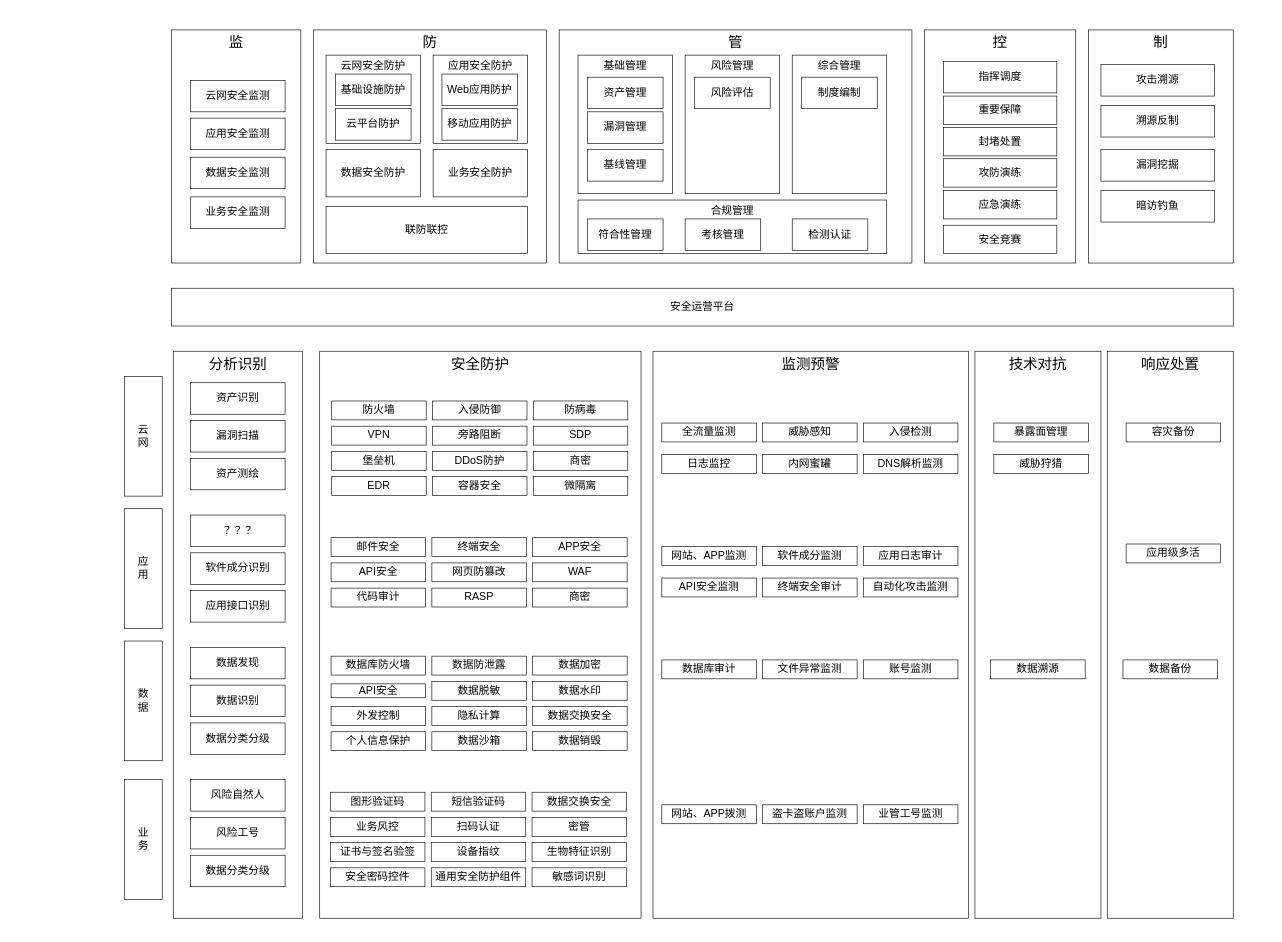
Earlier version of the draw.io diagram 2024安全技术能力全景图.drawio (razor/1102_decoration). Source tidied: cells renumbered, new cells numbered last; positions are measured from the earlier drawing's top-left corner, leaving out a move shared by most shapes. Both pictures are drawn from the tidied source at 63%, with x=0, y=0 at pixel (124, 30).
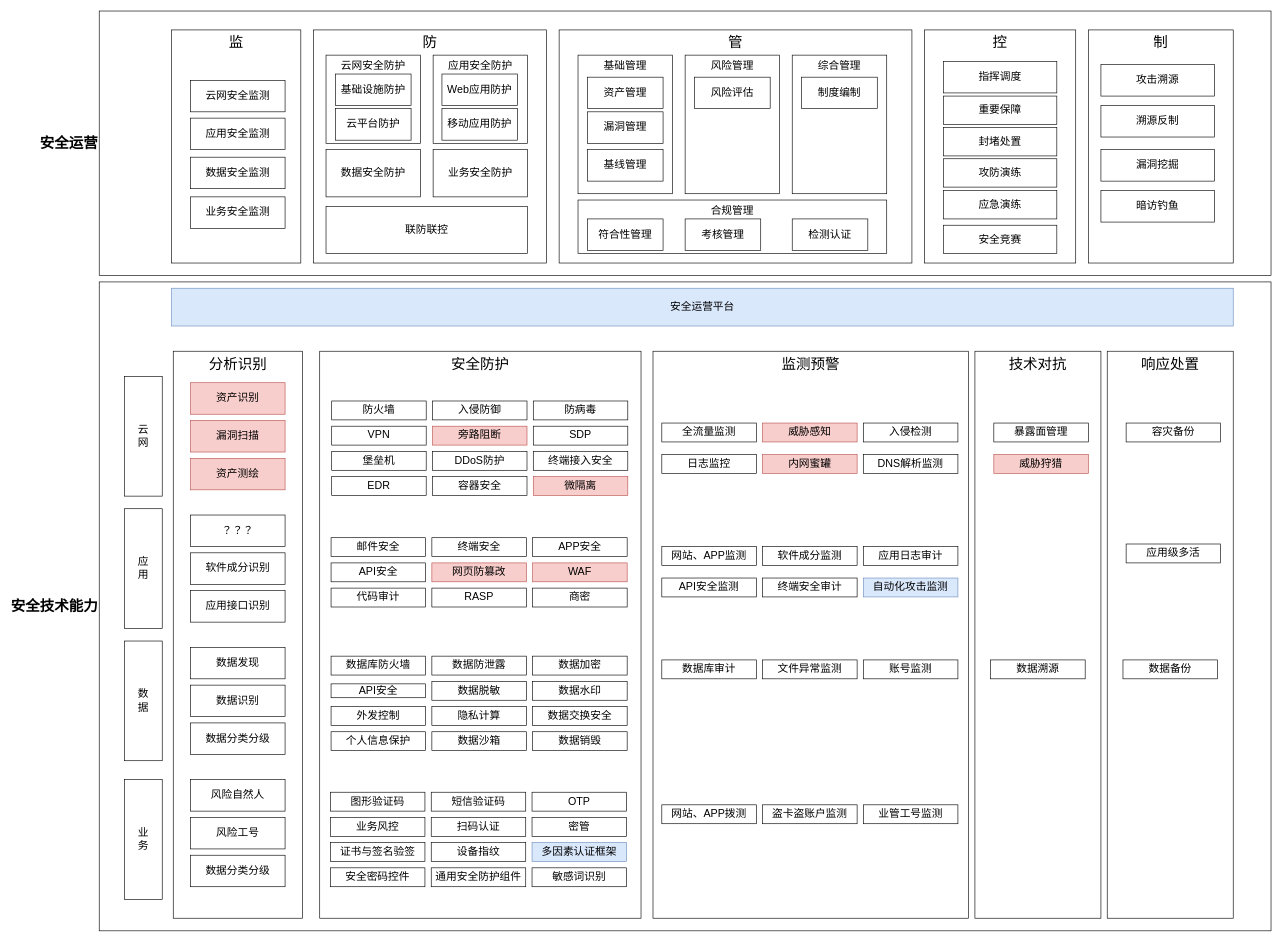
After the change.

Commit message (it also covers changes not shown here):
更新2024安全技术能力全景图.drawio

Change to the diagram source:
```diff
@@
+    <mxCell id="133" value="&lt;span style=&quot;font-size: 23px;&quot;&gt;安全技术能力&lt;/span&gt;" style="rounded=0;whiteSpace=wrap;html=1;verticalAlign=middle;fontSize=23;fontStyle=1;labelPosition=left;verticalLabelPosition=middle;align=right;" parent="1" vertex="1">
+      <mxGeometry x="-40" y="400" width="1860" height="1030" as="geometry" />
+    </mxCell>
+    <mxCell id="134" value="&lt;span style=&quot;font-size: 23px;&quot;&gt;安全运营&lt;/span&gt;" style="rounded=0;whiteSpace=wrap;html=1;verticalAlign=middle;fontSize=23;fontStyle=1;labelPosition=left;verticalLabelPosition=middle;align=right;" parent="1" vertex="1">
+      <mxGeometry x="-40" y="-30" width="1860" height="420" as="geometry" />
+    </mxCell>
@@
-    <mxCell id="30" value="安全运营平台" style="rounded=0;whiteSpace=wrap;html=1;fontSize=17;" parent="1" vertex="1">
+    <mxCell id="30" value="安全运营平台" style="rounded=0;whiteSpace=wrap;html=1;fontSize=17;fillColor=#dae8fc;strokeColor=#6c8ebf;" parent="1" vertex="1">
       <mxGeometry x="75" y="410" width="1685" height="60" as="geometry" />
     </mxCell>
@@
-    <mxCell id="32" value="&lt;font style=&quot;font-size: 17px;&quot;&gt;资产识别&lt;/font&gt;" style="rounded=0;whiteSpace=wrap;html=1;fontStyle=0;" parent="1" vertex="1">
+    <mxCell id="32" value="&lt;font style=&quot;font-size: 17px;&quot;&gt;资产识别&lt;/font&gt;" style="rounded=0;whiteSpace=wrap;html=1;fontStyle=0;fillColor=#f8cecc;strokeColor=#b85450;" parent="1" vertex="1">
       <mxGeometry x="105" y="560" width="150" height="50" as="geometry" />
     </mxCell>
-    <mxCell id="33" value="&lt;font style=&quot;font-size: 17px;&quot;&gt;漏洞扫描&lt;/font&gt;" style="rounded=0;whiteSpace=wrap;html=1;fontStyle=0;" parent="1" vertex="1">
+    <mxCell id="33" value="&lt;font style=&quot;font-size: 17px;&quot;&gt;漏洞扫描&lt;/font&gt;" style="rounded=0;whiteSpace=wrap;html=1;fontStyle=0;fillColor=#f8cecc;strokeColor=#b85450;" parent="1" vertex="1">
       <mxGeometry x="105" y="620" width="150" height="50" as="geometry" />
     </mxCell>
-    <mxCell id="34" value="&lt;font style=&quot;font-size: 17px;&quot;&gt;资产测绘&lt;/font&gt;" style="rounded=0;whiteSpace=wrap;html=1;fontStyle=0;" parent="1" vertex="1">
+    <mxCell id="34" value="&lt;font style=&quot;font-size: 17px;&quot;&gt;资产测绘&lt;/font&gt;" style="rounded=0;whiteSpace=wrap;html=1;fontStyle=0;fillColor=#f8cecc;strokeColor=#b85450;" parent="1" vertex="1">
       <mxGeometry x="105" y="680" width="150" height="50" as="geometry" />
     </mxCell>
@@
-    <mxCell id="53" value="&lt;font style=&quot;font-size: 17px;&quot;&gt;旁路阻断&lt;/font&gt;" style="rounded=0;whiteSpace=wrap;html=1;fontStyle=0;" parent="1" vertex="1">
+    <mxCell id="53" value="&lt;font style=&quot;font-size: 17px;&quot;&gt;旁路阻断&lt;/font&gt;" style="rounded=0;whiteSpace=wrap;html=1;fontStyle=0;fillColor=#f8cecc;strokeColor=#b85450;" parent="1" vertex="1">
       <mxGeometry x="489" y="629" width="150" height="30" as="geometry" />
     </mxCell>
@@
-    <mxCell id="57" value="&lt;span style=&quot;font-size: 17px;&quot;&gt;商密&lt;/span&gt;" style="rounded=0;whiteSpace=wrap;html=1;fontStyle=0;" parent="1" vertex="1">
+    <mxCell id="57" value="&lt;span style=&quot;font-size: 17px;&quot;&gt;终端接入安全&lt;/span&gt;" style="rounded=0;whiteSpace=wrap;html=1;fontStyle=0;" parent="1" vertex="1">
       <mxGeometry x="649" y="669" width="150" height="30" as="geometry" />
     </mxCell>
@@
-    <mxCell id="60" value="&lt;font style=&quot;font-size: 17px;&quot;&gt;微隔离&lt;/font&gt;" style="rounded=0;whiteSpace=wrap;html=1;fontStyle=0;" parent="1" vertex="1">
+    <mxCell id="60" value="&lt;font style=&quot;font-size: 17px;&quot;&gt;微隔离&lt;/font&gt;" style="rounded=0;whiteSpace=wrap;html=1;fontStyle=0;fillColor=#f8cecc;strokeColor=#b85450;" parent="1" vertex="1">
       <mxGeometry x="649" y="709" width="150" height="30" as="geometry" />
     </mxCell>
@@
-    <mxCell id="65" value="&lt;font style=&quot;font-size: 17px;&quot;&gt;网页防篡改&lt;/font&gt;" style="rounded=0;whiteSpace=wrap;html=1;fontStyle=0;" parent="1" vertex="1">
+    <mxCell id="65" value="&lt;font style=&quot;font-size: 17px;&quot;&gt;网页防篡改&lt;/font&gt;" style="rounded=0;whiteSpace=wrap;html=1;fontStyle=0;fillColor=#f8cecc;strokeColor=#b85450;" parent="1" vertex="1">
       <mxGeometry x="488" y="846" width="150" height="30" as="geometry" />
     </mxCell>
-    <mxCell id="66" value="&lt;font style=&quot;font-size: 17px;&quot;&gt;WAF&lt;/font&gt;" style="rounded=0;whiteSpace=wrap;html=1;fontStyle=0;" parent="1" vertex="1">
+    <mxCell id="66" value="&lt;font style=&quot;font-size: 17px;&quot;&gt;WAF&lt;/font&gt;" style="rounded=0;whiteSpace=wrap;html=1;fontStyle=0;fillColor=#f8cecc;strokeColor=#b85450;" parent="1" vertex="1">
       <mxGeometry x="648" y="846" width="150" height="30" as="geometry" />
     </mxCell>
@@
-    <mxCell id="84" value="&lt;font style=&quot;font-size: 17px;&quot;&gt;数据交换安全&lt;/font&gt;" style="rounded=0;whiteSpace=wrap;html=1;fontStyle=0;" parent="1" vertex="1">
+    <mxCell id="84" value="&lt;font style=&quot;font-size: 17px;&quot;&gt;OTP&lt;/font&gt;" style="rounded=0;whiteSpace=wrap;html=1;fontStyle=0;" parent="1" vertex="1">
       <mxGeometry x="647" y="1210" width="150" height="30" as="geometry" />
     </mxCell>
@@
-    <mxCell id="90" value="&lt;font style=&quot;font-size: 17px;&quot;&gt;生物特征识别&lt;/font&gt;" style="rounded=0;whiteSpace=wrap;html=1;fontStyle=0;" parent="1" vertex="1">
+    <mxCell id="90" value="&lt;font style=&quot;font-size: 17px;&quot;&gt;多因素认证框架&lt;/font&gt;" style="rounded=0;whiteSpace=wrap;html=1;fontStyle=0;fillColor=#dae8fc;strokeColor=#6c8ebf;" parent="1" vertex="1">
       <mxGeometry x="647" y="1290" width="150" height="30" as="geometry" />
     </mxCell>
@@
-    <mxCell id="96" value="&lt;font style=&quot;font-size: 17px;&quot;&gt;威胁感知&lt;/font&gt;" style="rounded=0;whiteSpace=wrap;html=1;fontStyle=0;" parent="1" vertex="1">
+    <mxCell id="96" value="&lt;font style=&quot;font-size: 17px;&quot;&gt;威胁感知&lt;/font&gt;" style="rounded=0;whiteSpace=wrap;html=1;fontStyle=0;fillColor=#f8cecc;strokeColor=#b85450;" parent="1" vertex="1">
       <mxGeometry x="1013" y="624" width="150" height="30" as="geometry" />
     </mxCell>
@@
-    <mxCell id="99" value="&lt;font style=&quot;font-size: 17px;&quot;&gt;内网蜜罐&lt;/font&gt;" style="rounded=0;whiteSpace=wrap;html=1;fontStyle=0;" parent="1" vertex="1">
+    <mxCell id="99" value="&lt;font style=&quot;font-size: 17px;&quot;&gt;内网蜜罐&lt;/font&gt;" style="rounded=0;whiteSpace=wrap;html=1;fontStyle=0;fillColor=#f8cecc;strokeColor=#b85450;" parent="1" vertex="1">
       <mxGeometry x="1013" y="674" width="150" height="30" as="geometry" />
     </mxCell>
@@
-    <mxCell id="106" value="&lt;span style=&quot;font-size: 17px;&quot;&gt;自动化攻击监测&lt;/span&gt;" style="rounded=0;whiteSpace=wrap;html=1;fontStyle=0;" parent="1" vertex="1">
+    <mxCell id="106" value="&lt;span style=&quot;font-size: 17px;&quot;&gt;自动化攻击监测&lt;/span&gt;" style="rounded=0;whiteSpace=wrap;html=1;fontStyle=0;fillColor=#dae8fc;strokeColor=#6c8ebf;" parent="1" vertex="1">
       <mxGeometry x="1173" y="870" width="150" height="30" as="geometry" />
     </mxCell>
@@
-    <mxCell id="116" value="&lt;span style=&quot;font-size: 17px;&quot;&gt;威胁狩猎&lt;/span&gt;" style="rounded=0;whiteSpace=wrap;html=1;fontStyle=0;" parent="1" vertex="1">
+    <mxCell id="116" value="&lt;span style=&quot;font-size: 17px;&quot;&gt;威胁狩猎&lt;/span&gt;" style="rounded=0;whiteSpace=wrap;html=1;fontStyle=0;fillColor=#f8cecc;strokeColor=#b85450;" parent="1" vertex="1">
       <mxGeometry x="1380" y="674" width="150" height="30" as="geometry" />
     </mxCell>
```
